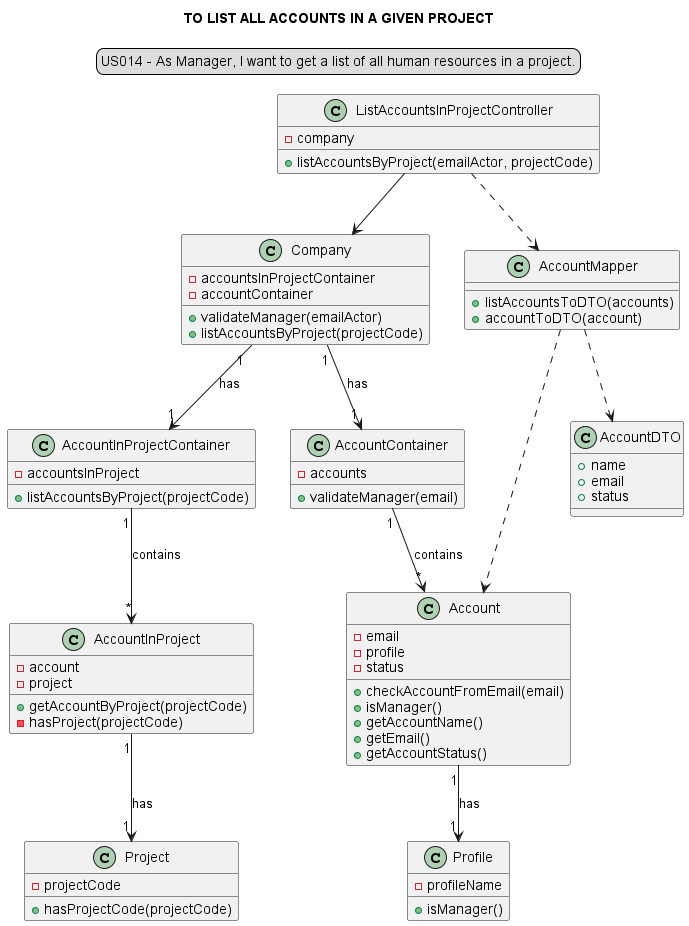
Loracline/project_switch_22-23 keeps this PlantUML diagram as docs/modelling_design/user_stories/sprint02/us014/US014_classDiagram-TO_LIST_ALL_ACCOUNTS_IN_A_GIVEN_PROJECT.png. Above is the earlier version. The source it was exported from:
```plantuml
@startuml
skinparam sequenceMessageAlign center
title TO LIST ALL ACCOUNTS IN A GIVEN PROJECT
legend top
US014 - As Manager, I want to get a list of all human resources in a project.
end legend
class "ListAccountsInProjectController" {
-company
+listAccountsByProject(emailActor, projectCode)
}

class "Company"{
-accountsInProjectContainer
-accountContainer
+validateManager(emailActor)
+listAccountsByProject(projectCode)
}

class "AccountInProjectContainer"{
-accountsInProject
+listAccountsByProject(projectCode)
}

class "AccountInProject"{
-account
-project
+getAccountByProject(projectCode)
-hasProject(projectCode)
}

class "AccountContainer" {
-accounts
+validateManager(email)
}

class "Account" {
-email
-profile
-status
+checkAccountFromEmail(email)
+isManager()
+getAccountName()
+getEmail()
+getAccountStatus()
}

class "Profile"{
-profileName
+isManager()
}

class "AccountMapper"{
+listAccountsToDTO(accounts)
+accountToDTO(account)
}

class "AccountDTO"{
+name
+email
+status
}

class "Project"{
-projectCode
+hasProjectCode(projectCode)
}

"ListAccountsInProjectController" --> "Company"
"ListAccountsInProjectController" ..> "AccountMapper"
"Company" "1"-->"1" "AccountInProjectContainer": has
"Company" "1" --> "1" "AccountContainer": has
"AccountContainer" "1" --> "*" "Account": contains
"Account" "1" --> "1""Profile": has
"AccountMapper" ..> "AccountDTO"
"AccountInProjectContainer" "1" --> "*" "AccountInProject": contains
"AccountMapper"..>"Account"
"AccountInProject" "1"-->"1" "Project": has
@enduml
```
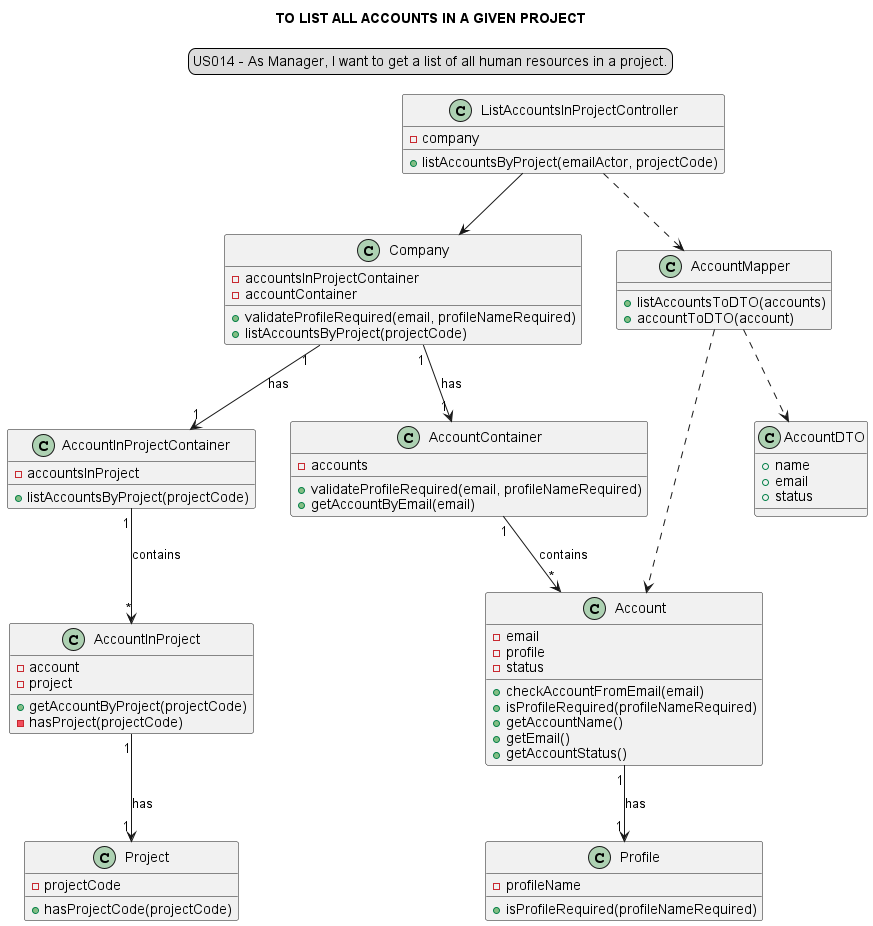
The same diagram one commit later.

Change to the diagram source:
```diff
@@ -12,7 +12,7 @@
 class "Company"{
 -accountsInProjectContainer
 -accountContainer
-+validateManager(emailActor)
++validateProfileRequired(email, profileNameRequired)
 +listAccountsByProject(projectCode)
 }
 
@@ -30,7 +30,8 @@
 
 class "AccountContainer" {
 -accounts
-+validateManager(email)
++validateProfileRequired(email, profileNameRequired)
++getAccountByEmail(email)
 }
 
 class "Account" {
@@ -38,7 +39,7 @@
 -profile
 -status
 +checkAccountFromEmail(email)
-+isManager()
++isProfileRequired(profileNameRequired)
 +getAccountName()
 +getEmail()
 +getAccountStatus()
@@ -46,7 +47,7 @@
 
 class "Profile"{
 -profileName
-+isManager()
++isProfileRequired(profileNameRequired)
 }
 
 class "AccountMapper"{
```
